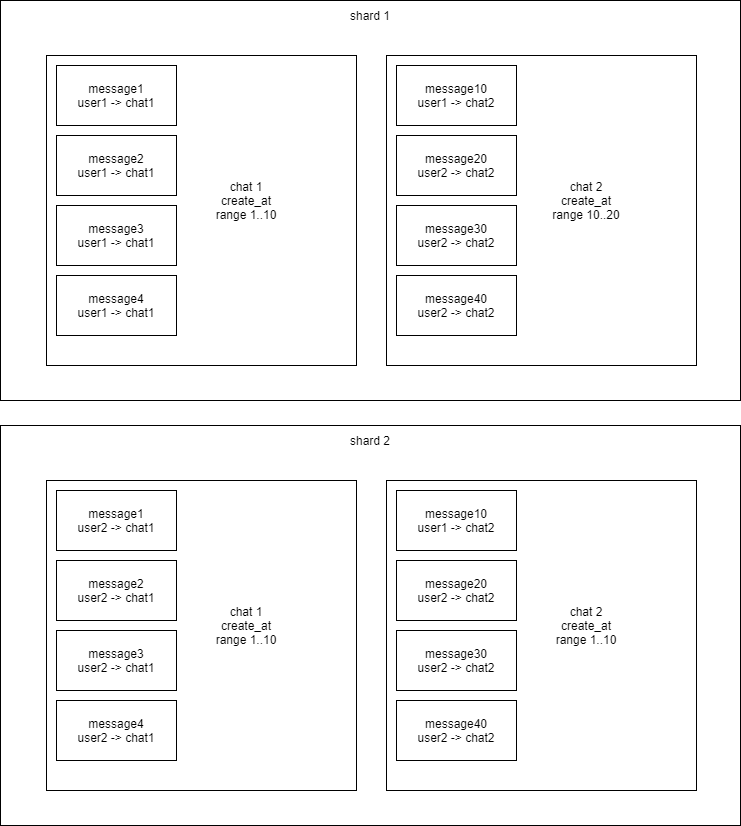
Earlier version of the draw.io export sharding/imgs/chats_sharding.png (a-poliakov/social-network). Source tidied: cells renumbered, new cells last; positions are measured from the earlier drawing's top-left corner, leaving out a move shared by most shapes. Its diagram source:
```xml
<mxGraphModel>
  <root>
    <mxCell id="0" />
    <mxCell id="1" parent="0" />
    <mxCell id="2" style="rounded=0;whiteSpace=wrap;html=1;" parent="1" vertex="1">
      <mxGeometry width="740" height="400" as="geometry" />
    </mxCell>
    <mxCell id="3" style="whiteSpace=wrap;html=1;" parent="1" vertex="1">
      <mxGeometry x="46" y="55" width="310" height="310" as="geometry" />
    </mxCell>
    <mxCell id="4" value="message1&lt;br&gt;user1 -&amp;gt; chat1" style="rounded=0;whiteSpace=wrap;html=1;" parent="1" vertex="1">
      <mxGeometry x="56" y="65" width="120" height="60" as="geometry" />
    </mxCell>
    <mxCell id="5" value="message2&lt;br&gt;user1 -&amp;gt; chat1" style="rounded=0;whiteSpace=wrap;html=1;" parent="1" vertex="1">
      <mxGeometry x="56" y="135" width="120" height="60" as="geometry" />
    </mxCell>
    <mxCell id="6" value="message3&lt;br&gt;user1 -&amp;gt; chat1" style="rounded=0;whiteSpace=wrap;html=1;" parent="1" vertex="1">
      <mxGeometry x="56" y="205" width="120" height="60" as="geometry" />
    </mxCell>
    <mxCell id="7" value="message4&lt;br&gt;user1 -&amp;gt; chat1" style="rounded=0;whiteSpace=wrap;html=1;" parent="1" vertex="1">
      <mxGeometry x="56" y="275" width="120" height="60" as="geometry" />
    </mxCell>
    <mxCell id="8" value="chat 1&lt;br&gt;create_at range 1..10" style="text;html=1;strokeColor=none;fillColor=none;align=center;verticalAlign=middle;whiteSpace=wrap;rounded=0;" parent="1" vertex="1">
      <mxGeometry x="206" y="165" width="80" height="70" as="geometry" />
    </mxCell>
    <mxCell id="9" style="whiteSpace=wrap;html=1;" parent="1" vertex="1">
      <mxGeometry x="386" y="55" width="310" height="310" as="geometry" />
    </mxCell>
    <mxCell id="10" value="message10&lt;br&gt;user1 -&amp;gt; chat2" style="rounded=0;whiteSpace=wrap;html=1;" parent="1" vertex="1">
      <mxGeometry x="396" y="65" width="120" height="60" as="geometry" />
    </mxCell>
    <mxCell id="11" value="message20&lt;br&gt;user2 -&amp;gt; chat2" style="rounded=0;whiteSpace=wrap;html=1;" parent="1" vertex="1">
      <mxGeometry x="396" y="135" width="120" height="60" as="geometry" />
    </mxCell>
    <mxCell id="12" value="message30&lt;br&gt;user2 -&amp;gt; chat2" style="rounded=0;whiteSpace=wrap;html=1;" parent="1" vertex="1">
      <mxGeometry x="396" y="205" width="120" height="60" as="geometry" />
    </mxCell>
    <mxCell id="13" value="message40&lt;br&gt;user2 -&amp;gt; chat2" style="rounded=0;whiteSpace=wrap;html=1;" parent="1" vertex="1">
      <mxGeometry x="396" y="275" width="120" height="60" as="geometry" />
    </mxCell>
    <mxCell id="14" value="chat 2&lt;br&gt;create_at range 10..20" style="text;html=1;strokeColor=none;fillColor=none;align=center;verticalAlign=middle;whiteSpace=wrap;rounded=0;" parent="1" vertex="1">
      <mxGeometry x="546" y="165" width="80" height="70" as="geometry" />
    </mxCell>
    <mxCell id="15" value="shard 1" style="text;html=1;strokeColor=none;fillColor=none;align=center;verticalAlign=middle;whiteSpace=wrap;rounded=0;" parent="1" vertex="1">
      <mxGeometry x="332" y="5" width="76" height="20" as="geometry" />
    </mxCell>
    <mxCell id="16" style="rounded=0;whiteSpace=wrap;html=1;" parent="1" vertex="1">
      <mxGeometry y="425" width="740" height="400" as="geometry" />
    </mxCell>
    <mxCell id="17" style="whiteSpace=wrap;html=1;" parent="1" vertex="1">
      <mxGeometry x="46" y="480" width="310" height="310" as="geometry" />
    </mxCell>
    <mxCell id="18" value="message1&lt;br&gt;user2 -&amp;gt; chat1" style="rounded=0;whiteSpace=wrap;html=1;" parent="1" vertex="1">
      <mxGeometry x="56" y="490" width="120" height="60" as="geometry" />
    </mxCell>
    <mxCell id="19" value="message2&lt;br&gt;user2 -&amp;gt; chat1" style="rounded=0;whiteSpace=wrap;html=1;" parent="1" vertex="1">
      <mxGeometry x="56" y="560" width="120" height="60" as="geometry" />
    </mxCell>
    <mxCell id="20" value="message3&lt;br&gt;user2 -&amp;gt; chat1" style="rounded=0;whiteSpace=wrap;html=1;" parent="1" vertex="1">
      <mxGeometry x="56" y="630" width="120" height="60" as="geometry" />
    </mxCell>
    <mxCell id="21" value="message4&lt;br&gt;user2 -&amp;gt; chat1" style="rounded=0;whiteSpace=wrap;html=1;" parent="1" vertex="1">
      <mxGeometry x="56" y="700" width="120" height="60" as="geometry" />
    </mxCell>
    <mxCell id="22" value="chat 1&lt;br&gt;create_at range 1..10" style="text;html=1;strokeColor=none;fillColor=none;align=center;verticalAlign=middle;whiteSpace=wrap;rounded=0;" parent="1" vertex="1">
      <mxGeometry x="206" y="590" width="80" height="70" as="geometry" />
    </mxCell>
    <mxCell id="23" style="whiteSpace=wrap;html=1;" parent="1" vertex="1">
      <mxGeometry x="386" y="480" width="310" height="310" as="geometry" />
    </mxCell>
    <mxCell id="24" value="message10&lt;br&gt;user1 -&amp;gt; chat2" style="rounded=0;whiteSpace=wrap;html=1;" parent="1" vertex="1">
      <mxGeometry x="396" y="490" width="120" height="60" as="geometry" />
    </mxCell>
    <mxCell id="25" value="message20&lt;br&gt;user2 -&amp;gt; chat2" style="rounded=0;whiteSpace=wrap;html=1;" parent="1" vertex="1">
      <mxGeometry x="396" y="560" width="120" height="60" as="geometry" />
    </mxCell>
    <mxCell id="26" value="message30&lt;br&gt;user2 -&amp;gt; chat2" style="rounded=0;whiteSpace=wrap;html=1;" parent="1" vertex="1">
      <mxGeometry x="396" y="630" width="120" height="60" as="geometry" />
    </mxCell>
    <mxCell id="27" value="message40&lt;br&gt;user2 -&amp;gt; chat2" style="rounded=0;whiteSpace=wrap;html=1;" parent="1" vertex="1">
      <mxGeometry x="396" y="700" width="120" height="60" as="geometry" />
    </mxCell>
    <mxCell id="28" value="chat 2&lt;br&gt;create_at range 1..10" style="text;html=1;strokeColor=none;fillColor=none;align=center;verticalAlign=middle;whiteSpace=wrap;rounded=0;" parent="1" vertex="1">
      <mxGeometry x="546" y="590" width="80" height="70" as="geometry" />
    </mxCell>
    <mxCell id="29" value="shard 2" style="text;html=1;strokeColor=none;fillColor=none;align=center;verticalAlign=middle;whiteSpace=wrap;rounded=0;" parent="1" vertex="1">
      <mxGeometry x="332" y="430" width="76" height="20" as="geometry" />
    </mxCell>
  </root>
</mxGraphModel>
```
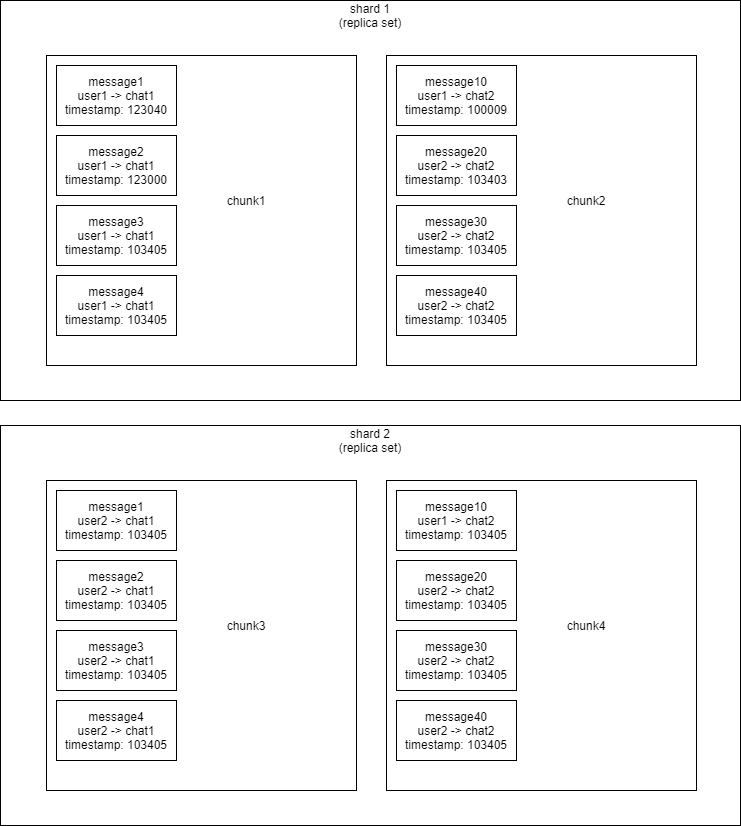
Later version of the same file.

Change to the diagram source:
```diff
@@ -8,40 +8,40 @@
     <mxCell id="3" style="whiteSpace=wrap;html=1;" parent="1" vertex="1">
       <mxGeometry x="46" y="55" width="310" height="310" as="geometry" />
     </mxCell>
-    <mxCell id="4" value="message1&lt;br&gt;user1 -&amp;gt; chat1" style="rounded=0;whiteSpace=wrap;html=1;" parent="1" vertex="1">
+    <mxCell id="4" value="message1&lt;br&gt;user1 -&amp;gt; chat1&lt;br&gt;timestamp: 123040" style="rounded=0;whiteSpace=wrap;html=1;" parent="1" vertex="1">
       <mxGeometry x="56" y="65" width="120" height="60" as="geometry" />
     </mxCell>
-    <mxCell id="5" value="message2&lt;br&gt;user1 -&amp;gt; chat1" style="rounded=0;whiteSpace=wrap;html=1;" parent="1" vertex="1">
+    <mxCell id="5" value="message2&lt;br&gt;user1 -&amp;gt; chat1&lt;br&gt;timestamp: 123000" style="rounded=0;whiteSpace=wrap;html=1;" parent="1" vertex="1">
       <mxGeometry x="56" y="135" width="120" height="60" as="geometry" />
     </mxCell>
-    <mxCell id="6" value="message3&lt;br&gt;user1 -&amp;gt; chat1" style="rounded=0;whiteSpace=wrap;html=1;" parent="1" vertex="1">
+    <mxCell id="6" value="message3&lt;br&gt;user1 -&amp;gt; chat1&lt;br&gt;timestamp: 103405" style="rounded=0;whiteSpace=wrap;html=1;" parent="1" vertex="1">
       <mxGeometry x="56" y="205" width="120" height="60" as="geometry" />
     </mxCell>
-    <mxCell id="7" value="message4&lt;br&gt;user1 -&amp;gt; chat1" style="rounded=0;whiteSpace=wrap;html=1;" parent="1" vertex="1">
+    <mxCell id="7" value="message4&lt;br&gt;user1 -&amp;gt; chat1&lt;br&gt;timestamp: 103405" style="rounded=0;whiteSpace=wrap;html=1;" parent="1" vertex="1">
       <mxGeometry x="56" y="275" width="120" height="60" as="geometry" />
     </mxCell>
-    <mxCell id="8" value="chat 1&lt;br&gt;create_at range 1..10" style="text;html=1;strokeColor=none;fillColor=none;align=center;verticalAlign=middle;whiteSpace=wrap;rounded=0;" parent="1" vertex="1">
+    <mxCell id="8" value="chunk1" style="text;html=1;strokeColor=none;fillColor=none;align=center;verticalAlign=middle;whiteSpace=wrap;rounded=0;" parent="1" vertex="1">
       <mxGeometry x="206" y="165" width="80" height="70" as="geometry" />
     </mxCell>
     <mxCell id="9" style="whiteSpace=wrap;html=1;" parent="1" vertex="1">
       <mxGeometry x="386" y="55" width="310" height="310" as="geometry" />
     </mxCell>
-    <mxCell id="10" value="message10&lt;br&gt;user1 -&amp;gt; chat2" style="rounded=0;whiteSpace=wrap;html=1;" parent="1" vertex="1">
+    <mxCell id="10" value="message10&lt;br&gt;user1 -&amp;gt; chat2&lt;br&gt;timestamp: 100009" style="rounded=0;whiteSpace=wrap;html=1;" parent="1" vertex="1">
       <mxGeometry x="396" y="65" width="120" height="60" as="geometry" />
     </mxCell>
-    <mxCell id="11" value="message20&lt;br&gt;user2 -&amp;gt; chat2" style="rounded=0;whiteSpace=wrap;html=1;" parent="1" vertex="1">
+    <mxCell id="11" value="message20&lt;br&gt;user2 -&amp;gt; chat2&lt;br&gt;timestamp: 103403" style="rounded=0;whiteSpace=wrap;html=1;" parent="1" vertex="1">
       <mxGeometry x="396" y="135" width="120" height="60" as="geometry" />
     </mxCell>
-    <mxCell id="12" value="message30&lt;br&gt;user2 -&amp;gt; chat2" style="rounded=0;whiteSpace=wrap;html=1;" parent="1" vertex="1">
+    <mxCell id="12" value="message30&lt;br&gt;user2 -&amp;gt; chat2&lt;br&gt;timestamp: 103405" style="rounded=0;whiteSpace=wrap;html=1;" parent="1" vertex="1">
       <mxGeometry x="396" y="205" width="120" height="60" as="geometry" />
     </mxCell>
-    <mxCell id="13" value="message40&lt;br&gt;user2 -&amp;gt; chat2" style="rounded=0;whiteSpace=wrap;html=1;" parent="1" vertex="1">
+    <mxCell id="13" value="message40&lt;br&gt;user2 -&amp;gt; chat2&lt;br&gt;timestamp: 103405" style="rounded=0;whiteSpace=wrap;html=1;" parent="1" vertex="1">
       <mxGeometry x="396" y="275" width="120" height="60" as="geometry" />
     </mxCell>
-    <mxCell id="14" value="chat 2&lt;br&gt;create_at range 10..20" style="text;html=1;strokeColor=none;fillColor=none;align=center;verticalAlign=middle;whiteSpace=wrap;rounded=0;" parent="1" vertex="1">
+    <mxCell id="14" value="chunk2" style="text;html=1;strokeColor=none;fillColor=none;align=center;verticalAlign=middle;whiteSpace=wrap;rounded=0;" parent="1" vertex="1">
       <mxGeometry x="546" y="165" width="80" height="70" as="geometry" />
     </mxCell>
-    <mxCell id="15" value="shard 1" style="text;html=1;strokeColor=none;fillColor=none;align=center;verticalAlign=middle;whiteSpace=wrap;rounded=0;" parent="1" vertex="1">
+    <mxCell id="15" value="shard 1 (replica set)" style="text;html=1;strokeColor=none;fillColor=none;align=center;verticalAlign=middle;whiteSpace=wrap;rounded=0;" parent="1" vertex="1">
       <mxGeometry x="332" y="5" width="76" height="20" as="geometry" />
     </mxCell>
     <mxCell id="16" style="rounded=0;whiteSpace=wrap;html=1;" parent="1" vertex="1">
@@ -50,40 +50,40 @@
     <mxCell id="17" style="whiteSpace=wrap;html=1;" parent="1" vertex="1">
       <mxGeometry x="46" y="480" width="310" height="310" as="geometry" />
     </mxCell>
-    <mxCell id="18" value="message1&lt;br&gt;user2 -&amp;gt; chat1" style="rounded=0;whiteSpace=wrap;html=1;" parent="1" vertex="1">
+    <mxCell id="18" value="message1&lt;br&gt;user2 -&amp;gt; chat1&lt;br&gt;timestamp: 103405" style="rounded=0;whiteSpace=wrap;html=1;" parent="1" vertex="1">
       <mxGeometry x="56" y="490" width="120" height="60" as="geometry" />
     </mxCell>
-    <mxCell id="19" value="message2&lt;br&gt;user2 -&amp;gt; chat1" style="rounded=0;whiteSpace=wrap;html=1;" parent="1" vertex="1">
+    <mxCell id="19" value="message2&lt;br&gt;user2 -&amp;gt; chat1&lt;br&gt;timestamp: 103405" style="rounded=0;whiteSpace=wrap;html=1;" parent="1" vertex="1">
       <mxGeometry x="56" y="560" width="120" height="60" as="geometry" />
     </mxCell>
-    <mxCell id="20" value="message3&lt;br&gt;user2 -&amp;gt; chat1" style="rounded=0;whiteSpace=wrap;html=1;" parent="1" vertex="1">
+    <mxCell id="20" value="message3&lt;br&gt;user2 -&amp;gt; chat1&lt;br&gt;timestamp: 103405" style="rounded=0;whiteSpace=wrap;html=1;" parent="1" vertex="1">
       <mxGeometry x="56" y="630" width="120" height="60" as="geometry" />
     </mxCell>
-    <mxCell id="21" value="message4&lt;br&gt;user2 -&amp;gt; chat1" style="rounded=0;whiteSpace=wrap;html=1;" parent="1" vertex="1">
+    <mxCell id="21" value="message4&lt;br&gt;user2 -&amp;gt; chat1&lt;br&gt;timestamp: 103405" style="rounded=0;whiteSpace=wrap;html=1;" parent="1" vertex="1">
       <mxGeometry x="56" y="700" width="120" height="60" as="geometry" />
     </mxCell>
-    <mxCell id="22" value="chat 1&lt;br&gt;create_at range 1..10" style="text;html=1;strokeColor=none;fillColor=none;align=center;verticalAlign=middle;whiteSpace=wrap;rounded=0;" parent="1" vertex="1">
+    <mxCell id="22" value="chunk3" style="text;html=1;strokeColor=none;fillColor=none;align=center;verticalAlign=middle;whiteSpace=wrap;rounded=0;" parent="1" vertex="1">
       <mxGeometry x="206" y="590" width="80" height="70" as="geometry" />
     </mxCell>
     <mxCell id="23" style="whiteSpace=wrap;html=1;" parent="1" vertex="1">
       <mxGeometry x="386" y="480" width="310" height="310" as="geometry" />
     </mxCell>
-    <mxCell id="24" value="message10&lt;br&gt;user1 -&amp;gt; chat2" style="rounded=0;whiteSpace=wrap;html=1;" parent="1" vertex="1">
+    <mxCell id="24" value="message10&lt;br&gt;user1 -&amp;gt; chat2&lt;br&gt;timestamp: 103405" style="rounded=0;whiteSpace=wrap;html=1;" parent="1" vertex="1">
       <mxGeometry x="396" y="490" width="120" height="60" as="geometry" />
     </mxCell>
-    <mxCell id="25" value="message20&lt;br&gt;user2 -&amp;gt; chat2" style="rounded=0;whiteSpace=wrap;html=1;" parent="1" vertex="1">
+    <mxCell id="25" value="message20&lt;br&gt;user2 -&amp;gt; chat2&lt;br&gt;timestamp: 103405" style="rounded=0;whiteSpace=wrap;html=1;" parent="1" vertex="1">
       <mxGeometry x="396" y="560" width="120" height="60" as="geometry" />
     </mxCell>
-    <mxCell id="26" value="message30&lt;br&gt;user2 -&amp;gt; chat2" style="rounded=0;whiteSpace=wrap;html=1;" parent="1" vertex="1">
+    <mxCell id="26" value="message30&lt;br&gt;user2 -&amp;gt; chat2&lt;br&gt;timestamp: 103405" style="rounded=0;whiteSpace=wrap;html=1;" parent="1" vertex="1">
       <mxGeometry x="396" y="630" width="120" height="60" as="geometry" />
     </mxCell>
-    <mxCell id="27" value="message40&lt;br&gt;user2 -&amp;gt; chat2" style="rounded=0;whiteSpace=wrap;html=1;" parent="1" vertex="1">
+    <mxCell id="27" value="message40&lt;br&gt;user2 -&amp;gt; chat2&lt;br&gt;timestamp: 103405" style="rounded=0;whiteSpace=wrap;html=1;" parent="1" vertex="1">
       <mxGeometry x="396" y="700" width="120" height="60" as="geometry" />
     </mxCell>
-    <mxCell id="28" value="chat 2&lt;br&gt;create_at range 1..10" style="text;html=1;strokeColor=none;fillColor=none;align=center;verticalAlign=middle;whiteSpace=wrap;rounded=0;" parent="1" vertex="1">
+    <mxCell id="28" value="chunk4" style="text;html=1;strokeColor=none;fillColor=none;align=center;verticalAlign=middle;whiteSpace=wrap;rounded=0;" parent="1" vertex="1">
       <mxGeometry x="546" y="590" width="80" height="70" as="geometry" />
     </mxCell>
-    <mxCell id="29" value="shard 2" style="text;html=1;strokeColor=none;fillColor=none;align=center;verticalAlign=middle;whiteSpace=wrap;rounded=0;" parent="1" vertex="1">
+    <mxCell id="29" value="shard 2 (replica set)" style="text;html=1;strokeColor=none;fillColor=none;align=center;verticalAlign=middle;whiteSpace=wrap;rounded=0;" parent="1" vertex="1">
       <mxGeometry x="332" y="430" width="76" height="20" as="geometry" />
     </mxCell>
   </root>
```
